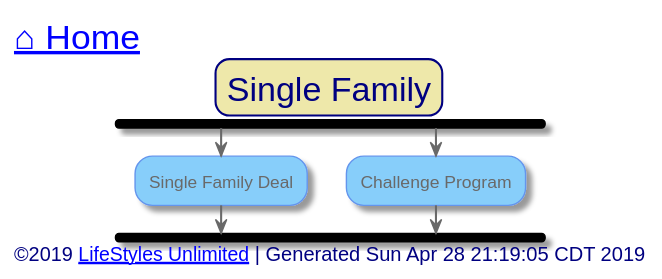
Above: out/src/single-family/index.svg in toddmo/lifestylesunlimited (PlantUML), before the change.
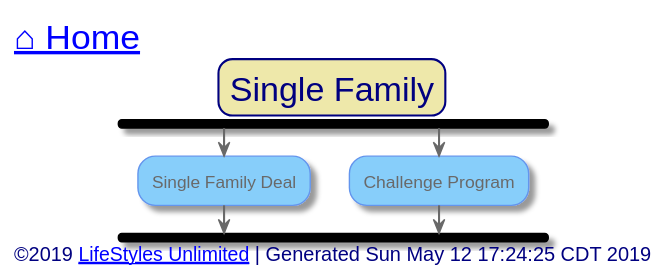
Above is the later version.

Diff of the diagram source:
```diff
@@ -90,7 +90,7 @@
 
 
 left footer
-	<font size=14>©2019 [[http://www.lifestylesunlimited.com LifeStyles Unlimited]] | Generated Sun Apr 28 21:19:05 CDT 2019</font>
+	<font size=14>©2019 [[http://www.lifestylesunlimited.com LifeStyles Unlimited]] | Generated Sun May 12 17:24:25 CDT 2019</font>
 endfooter
 
 
```
